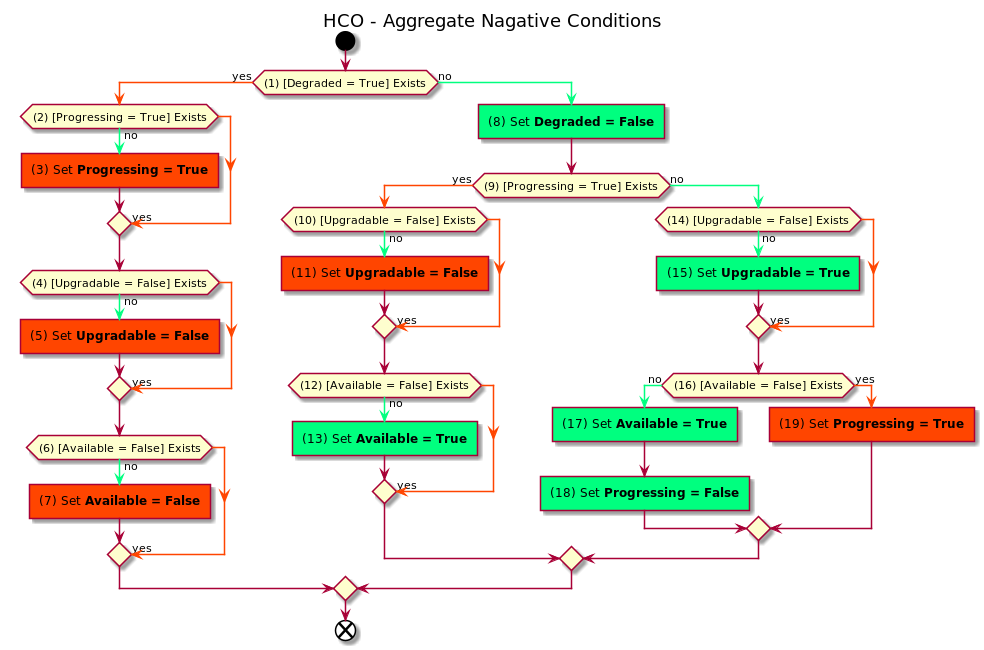
The PlantUML diagram design/aggregateNegativeConditions.png in kubevirt/hyperconverged-cluster-operator, before a commit.
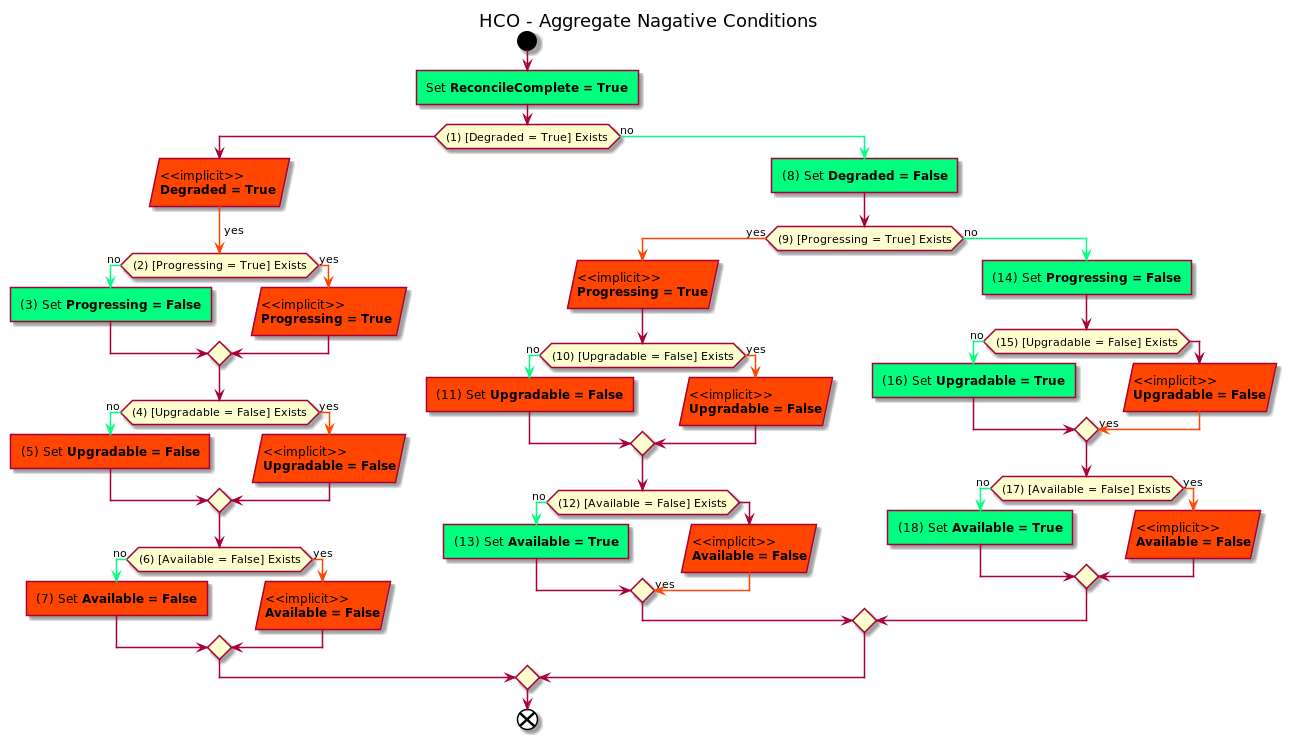
The same file after the commit.

Diff of the diagram source:
```diff
@@ -2,58 +2,67 @@
 title HCO - Aggregate Nagative Conditions
 
 start
+  #springgreen:Set **ReconcileComplete = True**]
 if ((1) [Degraded = True] Exists) then
+  #orangered:<<implicit>>\n**Degraded = True** /
   -[#orangered]-> yes;
   if ((2) [Progressing = True] Exists) then
     -[#springgreen]-> no;
-    #orangered:(3) Set **Progressing = True**]
+    #springgreen:(3) Set **Progressing = False**]
   else
     -[#orangered]-> yes;
+    #orangered:<<implicit>>\n**Progressing = True** /
   endif
   if ((4) [Upgradable = False] Exists) then
     -[#springgreen]-> no;
     #orangered:(5) Set **Upgradable = False**]
   else
     -[#orangered]-> yes;
+    #orangered:<<implicit>>\n**Upgradable = False**/
   endif
   if ((6) [Available = False] Exists) then
     -[#springgreen]-> no;
     #orangered:(7) Set **Available = False**]
   else
     -[#orangered]-> yes;
+    #orangered:<<implicit>>\n**Available = False**/
   endif
 else
   -[#springgreen]-> no;
   #springgreen:(8) Set **Degraded = False**]
   if ((9) [Progressing = True] Exists) then
     -[#orangered]-> yes;
+    #orangered:<<implicit>>\n**Progressing = True**/
     if ((10) [Upgradable = False] Exists) then
       -[#springgreen]-> no;
       #orangered:(11) Set **Upgradable = False**]
     else
       -[#orangered]-> yes;
+      #orangered:<<implicit>>\n**Upgradable = False**/
     endif
     if ((12) [Available = False] Exists) then
       -[#springgreen]-> no;
       #springgreen:(13) Set **Available = True**]
     else
+      #orangered:<<implicit>>\n**Available = False**/
       -[#orangered]-> yes;
     endif
   else
     -[#springgreen]-> no;
-    if ((14) [Upgradable = False] Exists) then
+    #springgreen:(14) Set **Progressing = False**]
+    if ((15) [Upgradable = False] Exists) then
       -[#springgreen]-> no;
-      #springgreen:(15) Set **Upgradable = True**]
+      #springgreen:(16) Set **Upgradable = True**]
+    else
+    #orangered:<<implicit>>\n**Upgradable = False**/
+      -[#orangered]-> yes;
+    endif
+    if ((17) [Available = False] Exists) then
+      -[#springgreen]-> no;
+      #springgreen:(18) Set **Available = True**]
     else
       -[#orangered]-> yes;
-    endif
-    if ((16) [Available = False] Exists) then
-      -[#springgreen]-> no;
-      #springgreen:(17) Set **Available = True**]
-      #springgreen:(18) Set **Progressing = False**]
-    else
-      -[#orangered]-> yes;
-      #orangered:(19) Set **Progressing = True**]
+      #orangered:<<implicit>>\n**Available = False**/
     endif
   endif
 endif
```
